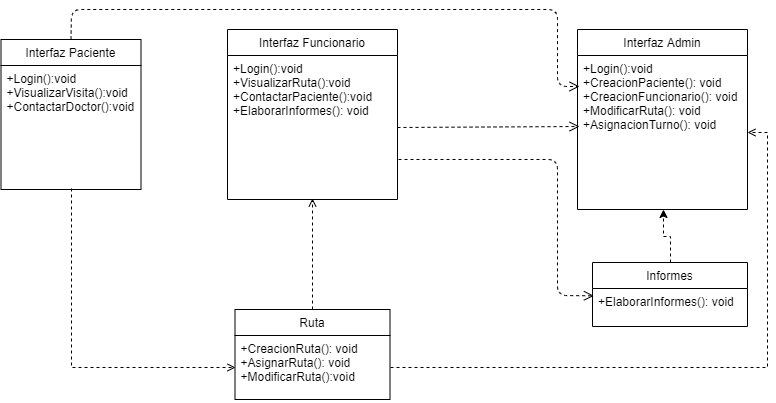
This is Diagramas de clase/DiagramaCompleto.png from DanSotoC/G4HD, a draw.io export, as it was before one commit. Source tidied: cells renumbered, new cells last; positions are measured from the earlier drawing's top-left corner, leaving out a move shared by most shapes.
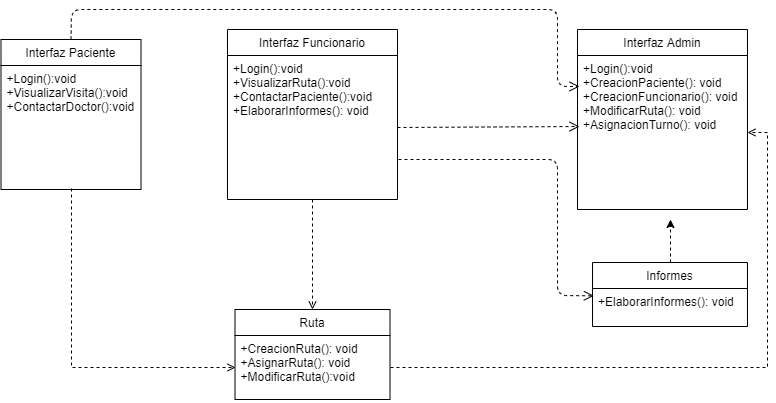
The same diagram one commit later.

The edit, as a diff of the source:
```diff
@@ -8,8 +8,10 @@
     <mxCell id="3" value="+Login():void&#10;+VisualizarRuta():void&#10;+ContactarPaciente():void&#10;+ElaborarInformes(): void" style="text;strokeColor=none;fillColor=none;align=left;verticalAlign=top;spacingLeft=4;spacingRight=4;overflow=hidden;points=[[0,0.5],[1,0.5]];portConstraint=eastwest;" parent="2" vertex="1">
       <mxGeometry y="26" width="170" height="144" as="geometry" />
     </mxCell>
-    <mxCell id="4" style="edgeStyle=orthogonalEdgeStyle;rounded=0;jettySize=auto;html=1;exitX=0.5;exitY=0;exitDx=0;exitDy=0;entryX=0.506;entryY=1;entryDx=0;entryDy=0;entryPerimeter=0;dashed=1;" parent="1" edge="1" source="5" target="9">
-      <mxGeometry relative="1" as="geometry" />
+    <mxCell id="4" style="edgeStyle=orthogonalEdgeStyle;rounded=0;jettySize=auto;html=1;exitX=0.5;exitY=0;exitDx=0;exitDy=0;dashed=1;" parent="1" edge="1" source="5">
+      <mxGeometry relative="1" as="geometry">
+        <mxPoint x="669" y="210" as="targetPoint" />
+      </mxGeometry>
     </mxCell>
     <mxCell id="5" value="&#10;Informes&#10;" style="swimlane;fontStyle=0;horizontal=1;startSize=26;fillColor=none;" parent="1" vertex="1">
       <mxGeometry x="591" y="253" width="155" height="64" as="geometry" />
@@ -50,8 +52,14 @@
         </Array>
       </mxGeometry>
     </mxCell>
-    <mxCell id="14" style="edgeStyle=orthogonalEdgeStyle;rounded=0;jettySize=auto;html=1;exitX=0.5;exitY=0;exitDx=0;exitDy=0;entryX=0.5;entryY=0.993;entryDx=0;entryDy=0;entryPerimeter=0;dashed=1;endArrow=open;endFill=0;" parent="1" edge="1" source="15" target="3">
-      <mxGeometry relative="1" as="geometry" />
+    <mxCell id="14" style="edgeStyle=orthogonalEdgeStyle;rounded=0;jettySize=auto;html=1;dashed=1;endArrow=open;endFill=0;entryX=0.5;entryY=0;entryDx=0;entryDy=0;" parent="1" edge="1" target="15">
+      <mxGeometry relative="1" as="geometry">
+        <mxPoint x="311" y="190" as="sourcePoint" />
+        <Array as="points">
+          <mxPoint x="311" y="260" />
+          <mxPoint x="311" y="260" />
+        </Array>
+      </mxGeometry>
     </mxCell>
     <mxCell id="15" value="Ruta" style="swimlane;fontStyle=0;horizontal=1;startSize=26;fillColor=none;" parent="1" vertex="1">
       <mxGeometry x="233.5" y="300" width="155" height="90" as="geometry" />
```
